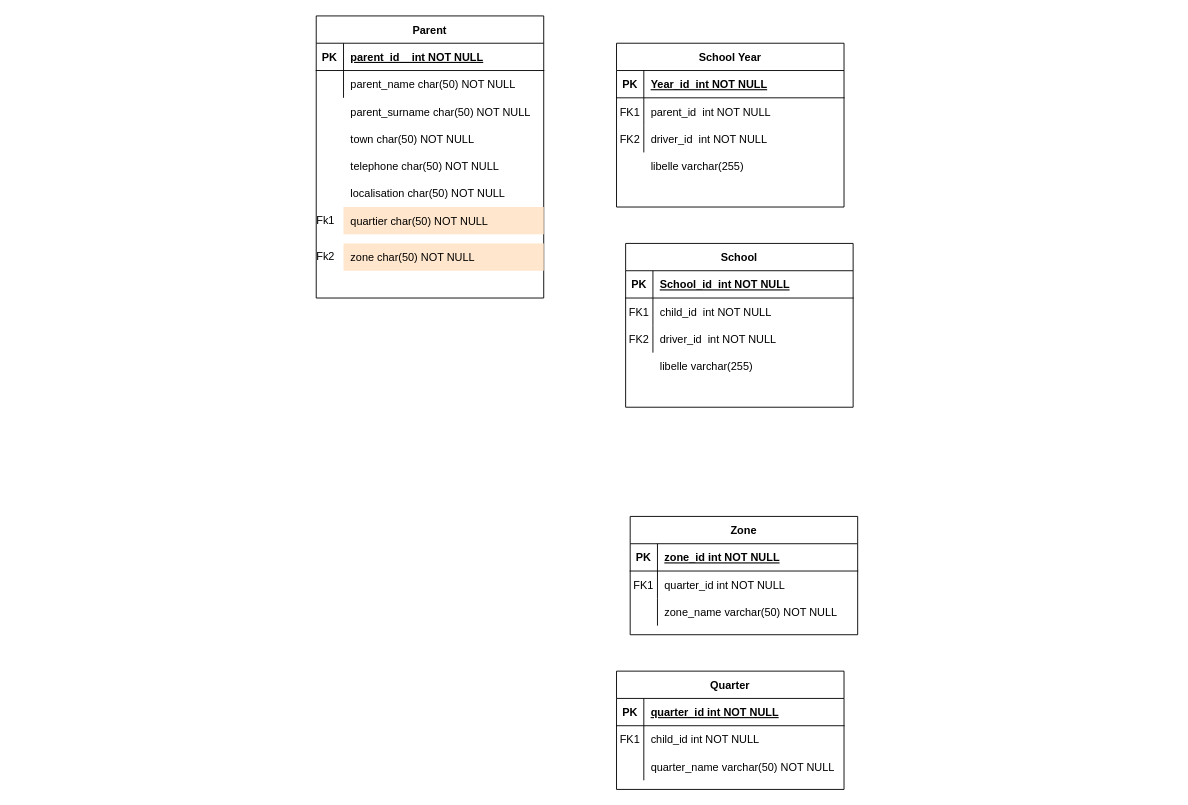
Before: ApplicationSuiviTransEnfants.drawio in ngwessebrice/Draw.ioPropreitor, a draw.io diagram. Source tidied: cells renumbered, new cells numbered last; positions are measured from the earlier drawing's top-left corner, leaving out a move shared by most shapes. Both pictures are drawn from the tidied source at 91%, with x=0, y=0 at pixel (307, 15).
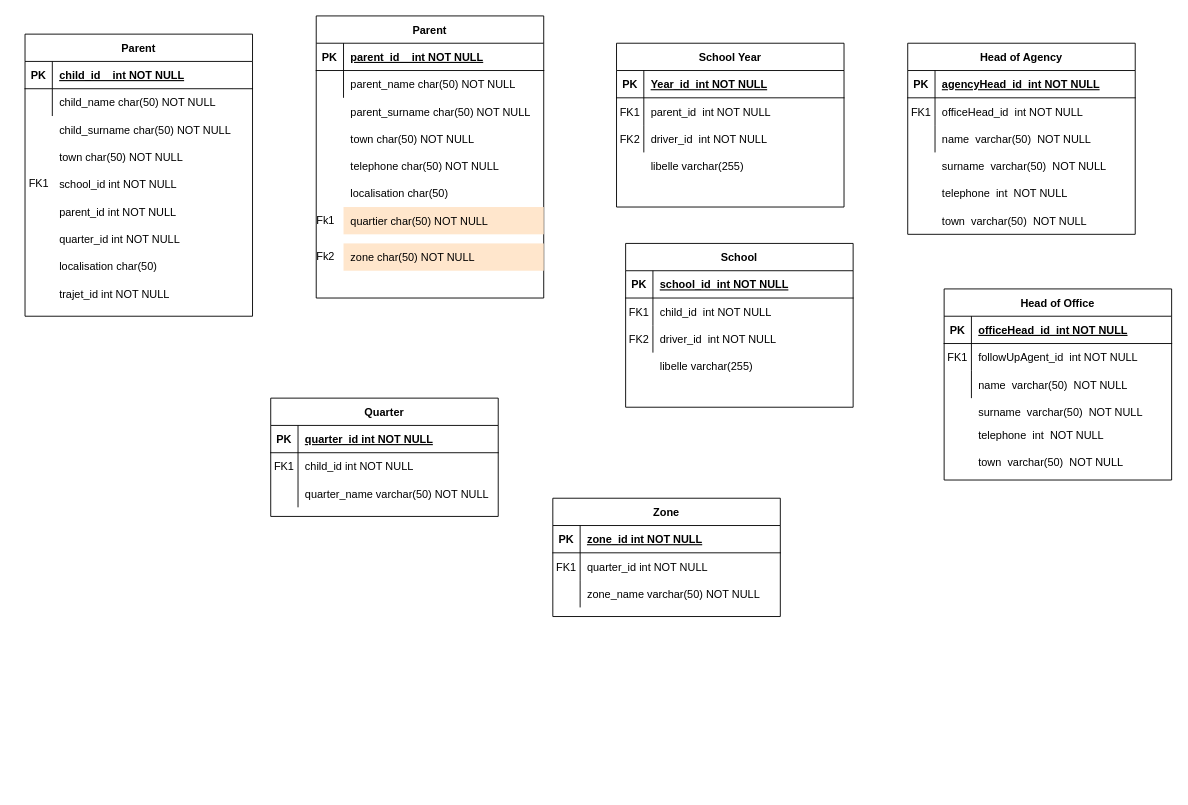
The same page after the edit.

Unchanged cells that the change refers to:
```xml
<mxCell id="39" style="shape=partialRectangle;fillColor=none;top=0;left=0;right=0;bottom=1;" parent="38" vertex="1">
  <mxGeometry y="30" width="250" height="30" as="geometry" />
</mxCell>
```

What changed in the source:
```diff
@@
     <mxCell id="12" value="Zone" style="shape=table;startSize=30;childLayout=tableLayout;rowLines=0;fontStyle=1;align=center;" parent="1" vertex="1">
-      <mxGeometry x="355" y="550" width="250" height="130" as="geometry" />
+      <mxGeometry x="270" y="530" width="250" height="130" as="geometry" />
     </mxCell>
@@
-    <mxCell id="32" value="localisation char(50) NOT NULL" style="shape=partialRectangle;overflow=hidden;fillColor=none;top=0;left=0;bottom=0;right=0;align=left;spacingLeft=6;" parent="1" vertex="1">
+    <mxCell id="32" value="localisation char(50) " style="shape=partialRectangle;overflow=hidden;fillColor=none;top=0;left=0;bottom=0;right=0;align=left;spacingLeft=6;" parent="1" vertex="1">
       <mxGeometry x="40" y="180" width="220" height="30" as="geometry" />
     </mxCell>
@@
-    <mxCell id="41" value="School_id  int NOT NULL" style="shape=partialRectangle;overflow=hidden;fillColor=none;top=0;left=0;bottom=0;right=0;align=left;spacingLeft=6;fontStyle=5;" parent="39" vertex="1">
+    <mxCell id="41" value="school_id  int NOT NULL" style="shape=partialRectangle;overflow=hidden;fillColor=none;top=0;left=0;bottom=0;right=0;align=left;spacingLeft=6;fontStyle=5;" parent="39" vertex="1">
       <mxGeometry x="30" width="220" height="30" as="geometry" />
     </mxCell>
@@
     <mxCell id="49" value="Quarter" style="shape=table;startSize=30;childLayout=tableLayout;rowLines=0;fontStyle=1;align=center;" parent="1" vertex="1">
-      <mxGeometry x="340" y="720" width="250" height="130" as="geometry" />
+      <mxGeometry x="-40" y="420" width="250" height="130" as="geometry" />
     </mxCell>
@@
+    <mxCell id="59" value="Head of Agency" style="shape=table;startSize=30;childLayout=tableLayout;rowLines=0;fontStyle=1;align=center;" parent="1" vertex="1">
+      <mxGeometry x="660" y="30" width="250" height="210" as="geometry" />
+    </mxCell>
+    <mxCell id="60" style="shape=partialRectangle;fillColor=none;top=0;left=0;right=0;bottom=1;" parent="59" vertex="1">
+      <mxGeometry y="30" width="250" height="30" as="geometry" />
+    </mxCell>
+    <mxCell id="61" value="PK" style="shape=partialRectangle;overflow=hidden;fillColor=none;top=0;left=0;bottom=0;right=0;fontStyle=1;" parent="60" vertex="1">
+      <mxGeometry width="30" height="30" as="geometry" />
+    </mxCell>
+    <mxCell id="62" value="agencyHead_id  int NOT NULL" style="shape=partialRectangle;overflow=hidden;fillColor=none;top=0;left=0;bottom=0;right=0;align=left;spacingLeft=6;fontStyle=5;" parent="60" vertex="1">
+      <mxGeometry x="30" width="220" height="30" as="geometry" />
+    </mxCell>
+    <mxCell id="63" style="shape=partialRectangle;fillColor=none;top=0;left=0;right=0;bottom=0;" parent="59" vertex="1">
+      <mxGeometry y="60" width="250" height="30" as="geometry" />
+    </mxCell>
+    <mxCell id="64" value="FK1" style="shape=partialRectangle;overflow=hidden;fillColor=none;top=0;left=0;bottom=0;right=0;" parent="63" vertex="1">
+      <mxGeometry width="30" height="30" as="geometry" />
+    </mxCell>
+    <mxCell id="65" value="officeHead_id  int NOT NULL" style="shape=partialRectangle;overflow=hidden;fillColor=none;top=0;left=0;bottom=0;right=0;align=left;spacingLeft=6;" parent="63" vertex="1">
+      <mxGeometry x="30" width="220" height="30" as="geometry" />
+    </mxCell>
+    <mxCell id="66" style="shape=partialRectangle;fillColor=none;top=0;left=0;right=0;bottom=0;" parent="59" vertex="1">
+      <mxGeometry y="90" width="250" height="30" as="geometry" />
+    </mxCell>
+    <mxCell id="67" style="shape=partialRectangle;overflow=hidden;fillColor=none;top=0;left=0;bottom=0;right=0;" parent="66" vertex="1">
+      <mxGeometry width="30" height="30" as="geometry" />
+    </mxCell>
+    <mxCell id="68" value="name  varchar(50)  NOT NULL" style="shape=partialRectangle;overflow=hidden;fillColor=none;top=0;left=0;bottom=0;right=0;align=left;spacingLeft=6;" parent="66" vertex="1">
+      <mxGeometry x="30" width="220" height="30" as="geometry" />
+    </mxCell>
+    <mxCell id="69" value="surname  varchar(50)  NOT NULL" style="shape=partialRectangle;overflow=hidden;fillColor=none;top=0;left=0;bottom=0;right=0;align=left;spacingLeft=6;" parent="1" vertex="1">
+      <mxGeometry x="690" y="150" width="220" height="30" as="geometry" />
+    </mxCell>
+    <mxCell id="70" value="telephone  int  NOT NULL" style="shape=partialRectangle;overflow=hidden;fillColor=none;top=0;left=0;bottom=0;right=0;align=left;spacingLeft=6;" parent="1" vertex="1">
+      <mxGeometry x="690" y="180" width="220" height="30" as="geometry" />
+    </mxCell>
+    <mxCell id="71" value="town  varchar(50)  NOT NULL" style="shape=partialRectangle;overflow=hidden;fillColor=none;top=0;left=0;bottom=0;right=0;align=left;spacingLeft=6;" parent="1" vertex="1">
+      <mxGeometry x="690" y="210" width="220" height="30" as="geometry" />
+    </mxCell>
+    <mxCell id="72" value="Head of Office" style="shape=table;startSize=30;childLayout=tableLayout;rowLines=0;fontStyle=1;align=center;" parent="1" vertex="1">
+      <mxGeometry x="700" y="300" width="250" height="210" as="geometry" />
+    </mxCell>
+    <mxCell id="73" style="shape=partialRectangle;fillColor=none;top=0;left=0;right=0;bottom=1;" parent="72" vertex="1">
+      <mxGeometry y="30" width="250" height="30" as="geometry" />
+    </mxCell>
+    <mxCell id="74" value="PK" style="shape=partialRectangle;overflow=hidden;fillColor=none;top=0;left=0;bottom=0;right=0;fontStyle=1;" parent="73" vertex="1">
+      <mxGeometry width="30" height="30" as="geometry" />
+    </mxCell>
+    <mxCell id="75" value="officeHead_id  int NOT NULL" style="shape=partialRectangle;overflow=hidden;fillColor=none;top=0;left=0;bottom=0;right=0;align=left;spacingLeft=6;fontStyle=5;" parent="73" vertex="1">
+      <mxGeometry x="30" width="220" height="30" as="geometry" />
+    </mxCell>
+    <mxCell id="76" style="shape=partialRectangle;fillColor=none;top=0;left=0;right=0;bottom=0;" parent="72" vertex="1">
+      <mxGeometry y="60" width="250" height="30" as="geometry" />
+    </mxCell>
+    <mxCell id="77" value="FK1" style="shape=partialRectangle;overflow=hidden;fillColor=none;top=0;left=0;bottom=0;right=0;" parent="76" vertex="1">
+      <mxGeometry width="30" height="30" as="geometry" />
+    </mxCell>
+    <mxCell id="78" value="followUpAgent_id  int NOT NULL" style="shape=partialRectangle;overflow=hidden;fillColor=none;top=0;left=0;bottom=0;right=0;align=left;spacingLeft=6;" parent="76" vertex="1">
+      <mxGeometry x="30" width="220" height="30" as="geometry" />
+    </mxCell>
+    <mxCell id="79" style="shape=partialRectangle;fillColor=none;top=0;left=0;right=0;bottom=0;" parent="72" vertex="1">
+      <mxGeometry y="90" width="250" height="30" as="geometry" />
+    </mxCell>
+    <mxCell id="80" style="shape=partialRectangle;overflow=hidden;fillColor=none;top=0;left=0;bottom=0;right=0;" parent="79" vertex="1">
+      <mxGeometry width="30" height="30" as="geometry" />
+    </mxCell>
+    <mxCell id="81" value="name  varchar(50)  NOT NULL" style="shape=partialRectangle;overflow=hidden;fillColor=none;top=0;left=0;bottom=0;right=0;align=left;spacingLeft=6;" parent="79" vertex="1">
+      <mxGeometry x="30" width="220" height="30" as="geometry" />
+    </mxCell>
+    <mxCell id="82" value="surname  varchar(50)  NOT NULL" style="shape=partialRectangle;overflow=hidden;fillColor=none;top=0;left=0;bottom=0;right=0;align=left;spacingLeft=6;" parent="1" vertex="1">
+      <mxGeometry x="730" y="420" width="220" height="30" as="geometry" />
+    </mxCell>
+    <mxCell id="83" value="telephone  int  NOT NULL" style="shape=partialRectangle;overflow=hidden;fillColor=none;top=0;left=0;bottom=0;right=0;align=left;spacingLeft=6;" parent="1" vertex="1">
+      <mxGeometry x="730" y="445" width="220" height="30" as="geometry" />
+    </mxCell>
+    <mxCell id="84" value="town  varchar(50)  NOT NULL" style="shape=partialRectangle;overflow=hidden;fillColor=none;top=0;left=0;bottom=0;right=0;align=left;spacingLeft=6;" parent="1" vertex="1">
+      <mxGeometry x="730" y="475" width="220" height="30" as="geometry" />
+    </mxCell>
+    <mxCell id="85" value="Parent" style="shape=table;startSize=30;childLayout=tableLayout;rowLines=0;fontStyle=1;align=center;" parent="1" vertex="1">
+      <mxGeometry x="-310" y="20" width="250" height="310" as="geometry" />
+    </mxCell>
+    <mxCell id="86" style="shape=partialRectangle;fillColor=none;top=0;left=0;right=0;bottom=1;" parent="85" vertex="1">
+      <mxGeometry y="30" width="250" height="30" as="geometry" />
+    </mxCell>
+    <mxCell id="87" value="PK" style="shape=partialRectangle;overflow=hidden;fillColor=none;top=0;left=0;bottom=0;right=0;fontStyle=1;" parent="86" vertex="1">
+      <mxGeometry width="30" height="30" as="geometry" />
+    </mxCell>
+    <mxCell id="88" value="child_id    int NOT NULL" style="shape=partialRectangle;overflow=hidden;fillColor=none;top=0;left=0;bottom=0;right=0;align=left;spacingLeft=6;fontStyle=5;" parent="86" vertex="1">
+      <mxGeometry x="30" width="220" height="30" as="geometry" />
+    </mxCell>
+    <mxCell id="89" style="shape=partialRectangle;fillColor=none;top=0;left=0;right=0;bottom=0;" parent="85" vertex="1">
+      <mxGeometry y="60" width="250" height="30" as="geometry" />
+    </mxCell>
+    <mxCell id="90" style="shape=partialRectangle;overflow=hidden;fillColor=none;top=0;left=0;bottom=0;right=0;" parent="89" vertex="1">
+      <mxGeometry width="30" height="30" as="geometry" />
+    </mxCell>
+    <mxCell id="91" value="child_name char(50) NOT NULL" style="shape=partialRectangle;overflow=hidden;fillColor=none;top=0;left=0;bottom=0;right=0;align=left;spacingLeft=6;" parent="89" vertex="1">
+      <mxGeometry x="30" width="220" height="30" as="geometry" />
+    </mxCell>
+    <mxCell id="92" value="child_surname char(50) NOT NULL" style="shape=partialRectangle;overflow=hidden;fillColor=none;top=0;left=0;bottom=0;right=0;align=left;spacingLeft=6;" parent="1" vertex="1">
+      <mxGeometry x="-280" y="110" width="220" height="30" as="geometry" />
+    </mxCell>
+    <mxCell id="93" value="town char(50) NOT NULL" style="shape=partialRectangle;overflow=hidden;fillColor=none;top=0;left=0;bottom=0;right=0;align=left;spacingLeft=6;" parent="1" vertex="1">
+      <mxGeometry x="-280" y="140" width="220" height="30" as="geometry" />
+    </mxCell>
+    <mxCell id="94" value="school_id int NOT NULL" style="shape=partialRectangle;overflow=hidden;fillColor=none;top=0;left=0;bottom=0;right=0;align=left;spacingLeft=6;" parent="1" vertex="1">
+      <mxGeometry x="-280" y="170" width="220" height="30" as="geometry" />
+    </mxCell>
+    <mxCell id="95" value="FK1" style="text;html=1;align=center;verticalAlign=middle;strokeColor=none;fillColor=none;" parent="1" vertex="1">
+      <mxGeometry x="-320" y="170" width="50" height="30" as="geometry" />
+    </mxCell>
+    <mxCell id="96" value="parent_id int NOT NULL" style="shape=partialRectangle;overflow=hidden;fillColor=none;top=0;left=0;bottom=0;right=0;align=left;spacingLeft=6;" parent="1" vertex="1">
+      <mxGeometry x="-280" y="200" width="220" height="30" as="geometry" />
+    </mxCell>
+    <mxCell id="97" value="quarter_id int NOT NULL" style="shape=partialRectangle;overflow=hidden;fillColor=none;top=0;left=0;bottom=0;right=0;align=left;spacingLeft=6;" parent="1" vertex="1">
+      <mxGeometry x="-280" y="230" width="220" height="30" as="geometry" />
+    </mxCell>
+    <mxCell id="98" value="localisation char(50) " style="shape=partialRectangle;overflow=hidden;fillColor=none;top=0;left=0;bottom=0;right=0;align=left;spacingLeft=6;" parent="1" vertex="1">
+      <mxGeometry x="-280" y="260" width="220" height="30" as="geometry" />
+    </mxCell>
+    <mxCell id="99" value="trajet_id int NOT NULL" style="shape=partialRectangle;overflow=hidden;fillColor=none;top=0;left=0;bottom=0;right=0;align=left;spacingLeft=6;" parent="1" vertex="1">
+      <mxGeometry x="-280" y="290" width="220" height="30" as="geometry" />
+    </mxCell>
```
